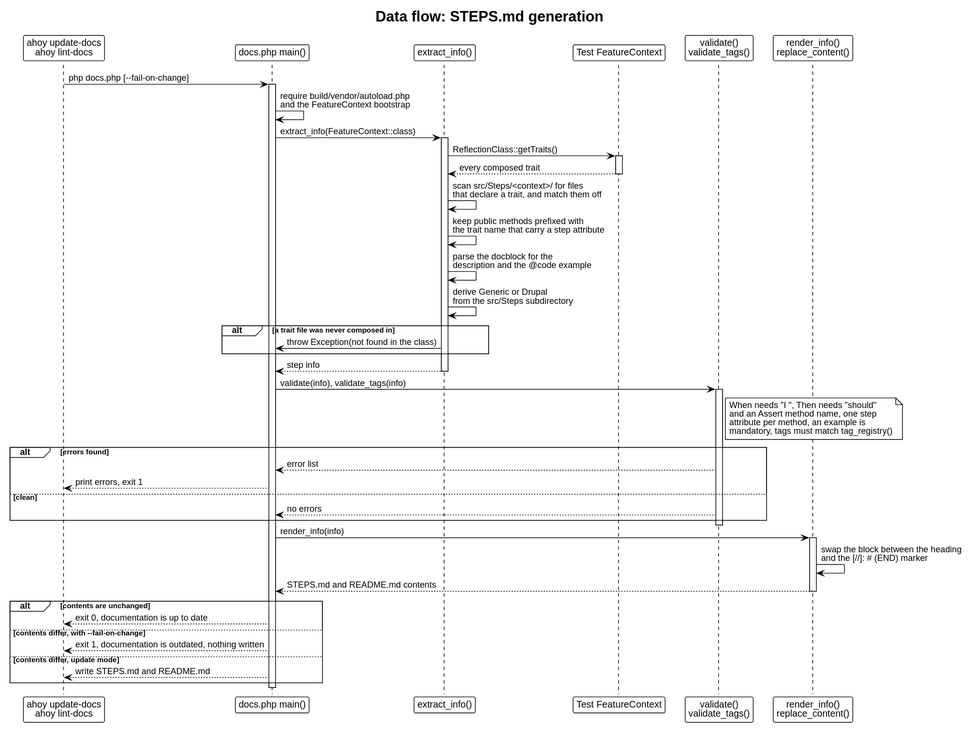
This is docs/architecture/dataflow-docs.svg from drevops/behat-steps, a PlantUML export, as it was before one commit.
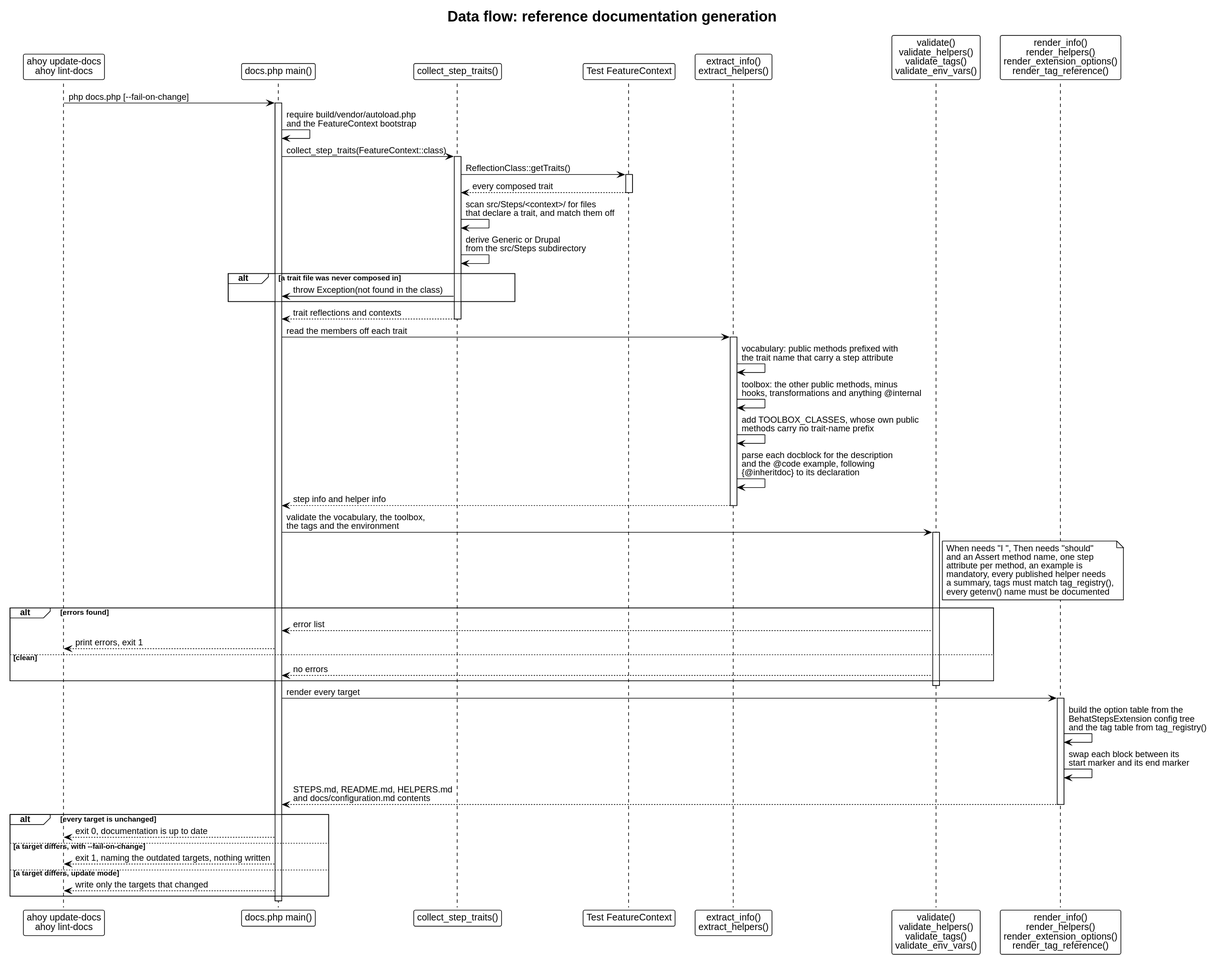
After the change.

Diff of the diagram source:
```diff
@@ -3,43 +3,53 @@
 skinparam backgroundColor white
 skinparam defaultFontName Helvetica
 skinparam shadowing false
-title Data flow: STEPS.md generation
+title Data flow: reference documentation generation
 
 participant "ahoy update-docs\nahoy lint-docs" as Dev
 participant "docs.php main()" as Main
-participant "extract_info()" as Extract
+participant "collect_step_traits()" as Collect
 participant "Test FeatureContext" as Ctx
-participant "validate()\nvalidate_tags()" as Validate
-participant "render_info()\nreplace_content()" as Render
+participant "extract_info()\nextract_helpers()" as Extract
+participant "validate()\nvalidate_helpers()\nvalidate_tags()\nvalidate_env_vars()" as Validate
+participant "render_info()\nrender_helpers()\nrender_extension_options()\nrender_tag_reference()" as Render
 
 Dev -> Main: php docs.php [~--fail-on-change]
 activate Main
 Main -> Main: require build/vendor/autoload.php\nand the FeatureContext bootstrap
 
-Main -> Extract: extract_info(FeatureContext::class)
-activate Extract
-Extract -> Ctx: ReflectionClass::getTraits()
+Main -> Collect: collect_step_traits(FeatureContext::class)
+activate Collect
+Collect -> Ctx: ReflectionClass::getTraits()
 activate Ctx
-Ctx --> Extract: every composed trait
+Ctx --> Collect: every composed trait
 deactivate Ctx
-Extract -> Extract: scan src/Steps/<context>/ for files\nthat declare a trait, and match them off
-Extract -> Extract: keep public methods prefixed with\nthe trait name that carry a step attribute
-Extract -> Extract: parse the docblock for the\ndescription and the @code example
-Extract -> Extract: derive Generic or Drupal\nfrom the src/Steps subdirectory
+Collect -> Collect: scan src/Steps/<context>/ for files\nthat declare a trait, and match them off
+Collect -> Collect: derive Generic or Drupal\nfrom the src/Steps subdirectory
 
 alt a trait file was never composed in
-  Extract -> Main: throw Exception(not found in the class)
+  Collect -> Main: throw Exception(not found in the class)
 end
-Extract --> Main: step info
+Collect --> Main: trait reflections and contexts
+deactivate Collect
+
+Main -> Extract: read the members off each trait
+activate Extract
+Extract -> Extract: vocabulary: public methods prefixed with\nthe trait name that carry a step attribute
+Extract -> Extract: toolbox: the other public methods, minus\nhooks, transformations and anything @internal
+Extract -> Extract: add TOOLBOX_CLASSES, whose own public\nmethods carry no trait-name prefix
+Extract -> Extract: parse each docblock for the description\nand the @code example, following\n{@inheritdoc} to its declaration
+Extract --> Main: step info and helper info
 deactivate Extract
 
-Main -> Validate: validate(info), validate_tags(info)
+Main -> Validate: validate the vocabulary, the toolbox,\nthe tags and the environment
 activate Validate
 note right of Validate
   When needs "I ", Then needs "should"
   and an Assert method name, one step
   attribute per method, an example is
-  mandatory, tags must match tag_registry()
+  mandatory, every published helper needs
+  a summary, tags must match tag_registry(),
+  every getenv() name must be documented
 end note
 alt errors found
   Validate --> Main: error list
@@ -49,18 +59,19 @@
 end
 deactivate Validate
 
-Main -> Render: render_info(info)
+Main -> Render: render every target
 activate Render
-Render -> Render: swap the block between the heading\nand the [//]: # (END) marker
-Render --> Main: STEPS.md and README.md contents
+Render -> Render: build the option table from the\nBehatStepsExtension config tree\nand the tag table from tag_registry()
+Render -> Render: swap each block between its\nstart marker and its end marker
+Render --> Main: STEPS.md, README.md, HELPERS.md\nand docs/configuration.md contents
 deactivate Render
 
-alt contents are unchanged
+alt every target is unchanged
   Main --> Dev: exit 0, documentation is up to date
-else contents differ, with ~--fail-on-change
-  Main --> Dev: exit 1, documentation is outdated, nothing written
-else contents differ, update mode
-  Main --> Dev: write STEPS.md and README.md
+else a target differs, with ~--fail-on-change
+  Main --> Dev: exit 1, naming the outdated targets, nothing written
+else a target differs, update mode
+  Main --> Dev: write only the targets that changed
 end
 deactivate Main
 @enduml
```
